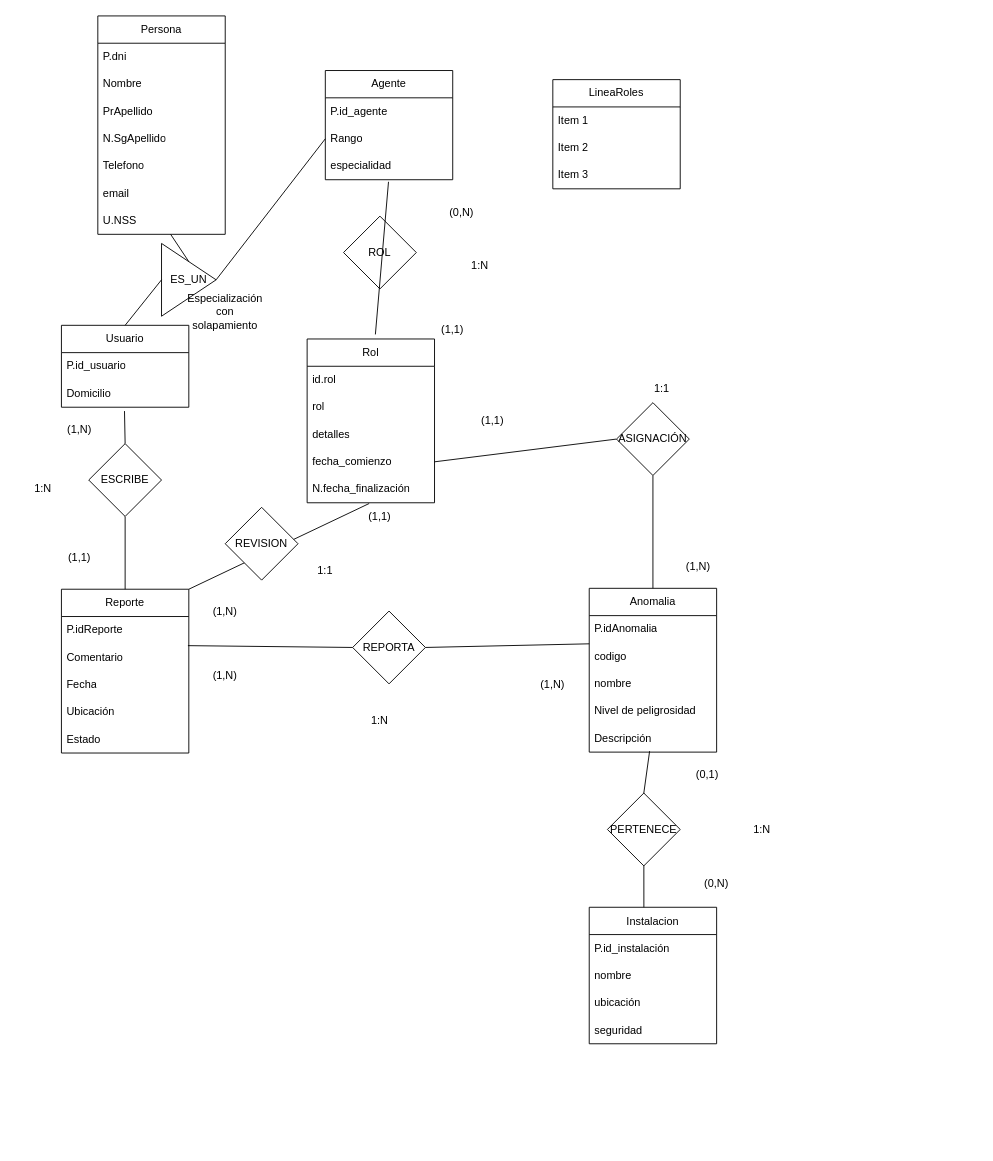
The draw.io diagram DAW/database/Diagrama.drawio in Jameslon8/Proyecto-Intermodular., before the edit. Source tidied: cells renumbered, new cells numbered last; positions are measured from the earlier drawing's top-left corner, leaving out a move shared by most shapes. Both pictures are drawn from the tidied source at 91%, with x=0, y=0 at pixel (15, 15).
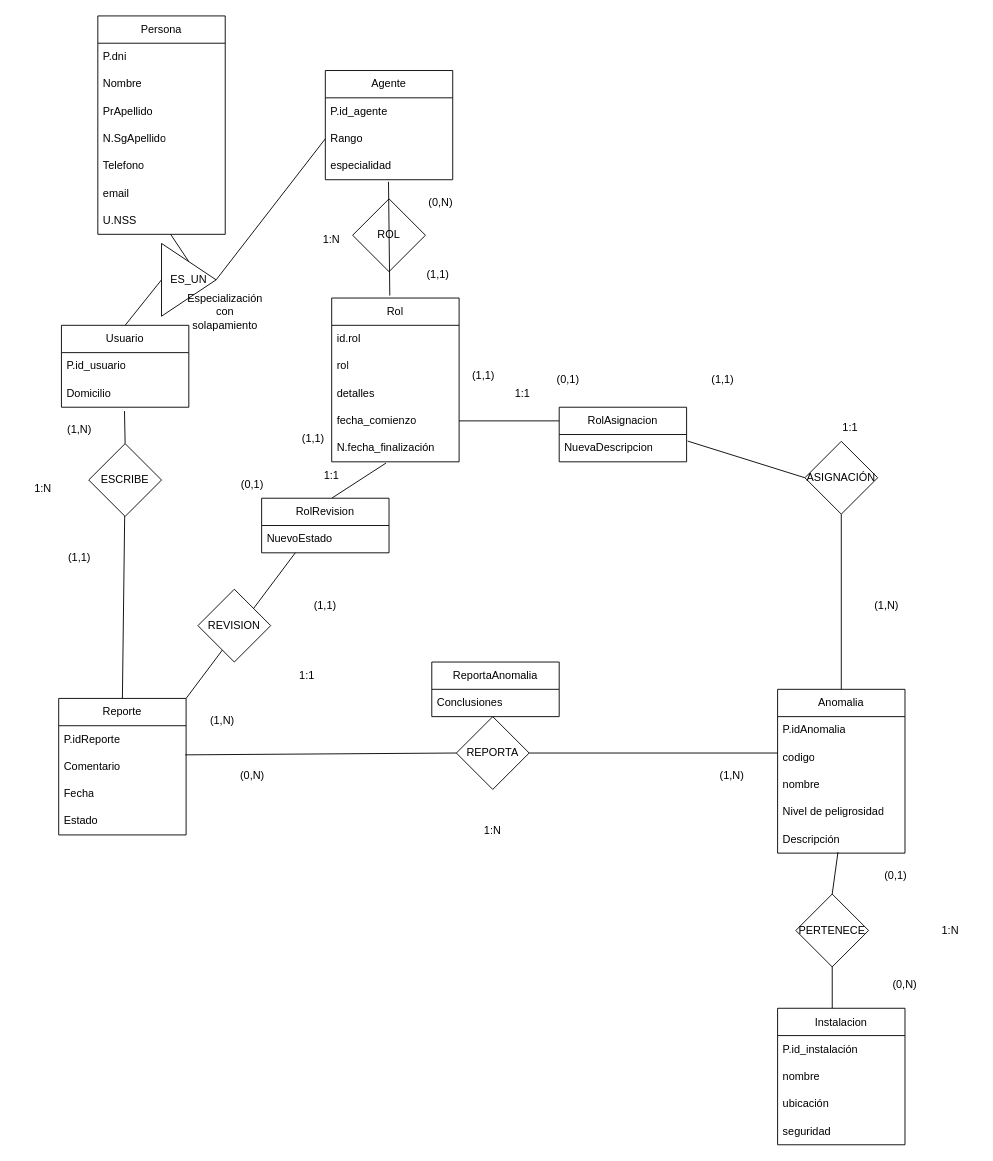
The same page after the edit.

Unchanged cells that the change refers to:
```xml
<mxCell id="8" value="especialidad" style="text;strokeColor=none;fillColor=none;align=left;verticalAlign=middle;spacingLeft=4;spacingRight=4;overflow=hidden;points=[[0,0.5],[1,0.5]];portConstraint=eastwest;whiteSpace=wrap;html=1;" parent="5" vertex="1">
  <mxGeometry y="90" width="140" height="30" as="geometry" />
</mxCell>
<mxCell id="11" value="codigo" style="text;strokeColor=none;fillColor=none;align=left;verticalAlign=middle;spacingLeft=4;spacingRight=4;overflow=hidden;points=[[0,0.5],[1,0.5]];portConstraint=eastwest;whiteSpace=wrap;html=1;" parent="9" vertex="1">
  <mxGeometry y="60" width="140" height="30" as="geometry" />
</mxCell>
<mxCell id="69" value="fecha_comienzo" style="text;strokeColor=none;fillColor=none;align=left;verticalAlign=middle;spacingLeft=4;spacingRight=4;overflow=hidden;points=[[0,0.5],[1,0.5]];portConstraint=eastwest;whiteSpace=wrap;html=1;" parent="65" vertex="1">
  <mxGeometry y="120" width="140" height="30" as="geometry" />
</mxCell>
<mxCell id="70" value="N.fecha_finalización" style="text;strokeColor=none;fillColor=none;align=left;verticalAlign=middle;spacingLeft=4;spacingRight=4;overflow=hidden;points=[[0,0.5],[1,0.5]];portConstraint=eastwest;whiteSpace=wrap;html=1;" parent="65" vertex="1">
  <mxGeometry y="150" width="140" height="30" as="geometry" />
</mxCell>
```

What changed in the source:
```diff
@@
     <mxCell id="9" value="Anomalia" style="swimlane;fontStyle=0;horizontal=1;startSize=30;whiteSpace=wrap;html=1;" parent="1" vertex="1">
-      <mxGeometry x="630" y="629" width="140" height="180" as="geometry" />
+      <mxGeometry x="837" y="740" width="140" height="180" as="geometry" />
     </mxCell>
@@
     <mxCell id="15" value="Reporte" style="swimlane;fontStyle=0;horizontal=1;startSize=30;whiteSpace=wrap;html=1;" parent="1" vertex="1">
-      <mxGeometry x="50" y="630" width="140" height="180" as="geometry" />
+      <mxGeometry x="47" y="750" width="140" height="150" as="geometry" />
     </mxCell>
@@
-    <mxCell id="19" value="Ubicación" style="text;strokeColor=none;fillColor=none;align=left;verticalAlign=middle;spacingLeft=4;spacingRight=4;overflow=hidden;whiteSpace=wrap;html=1;" parent="15" vertex="1">
-      <mxGeometry y="120" width="140" height="30" as="geometry" />
-    </mxCell>
     <mxCell id="20" value="Estado" style="text;strokeColor=none;fillColor=none;align=left;verticalAlign=middle;spacingLeft=4;spacingRight=4;overflow=hidden;whiteSpace=wrap;html=1;" parent="15" vertex="1">
-      <mxGeometry y="150" width="140" height="30" as="geometry" />
+      <mxGeometry y="120" width="140" height="30" as="geometry" />
     </mxCell>
     <mxCell id="21" value="Instalacion" style="swimlane;fontStyle=0;horizontal=1;startSize=30;whiteSpace=wrap;html=1;" parent="1" vertex="1">
-      <mxGeometry x="630" y="979.5" width="140" height="150" as="geometry" />
+      <mxGeometry x="837" y="1090.5" width="140" height="150" as="geometry" />
     </mxCell>
@@
-    <mxCell id="41" style="endArrow=none;html=1;rounded=0;entryX=0;entryY=0.5;entryDx=0;entryDy=0;exitX=1;exitY=0.5;exitDx=0;exitDy=0;" parent="1" edge="1" source="69" target="51">
+    <mxCell id="41" style="endArrow=none;html=1;rounded=0;entryX=0;entryY=0.5;entryDx=0;entryDy=0;exitX=1.008;exitY=0.24;exitDx=0;exitDy=0;exitPerimeter=0;" parent="1" edge="1" source="87" target="51">
       <mxGeometry relative="1" as="geometry" />
     </mxCell>
-    <mxCell id="42" style="endArrow=none;html=1;rounded=0;entryX=0;entryY=0.033;entryDx=0;entryDy=0;entryPerimeter=0;exitX=1;exitY=0.5;exitDx=0;exitDy=0;" parent="1" edge="1" source="60" target="11">
-      <mxGeometry relative="1" as="geometry" />
+    <mxCell id="42" style="endArrow=none;html=1;rounded=0;exitX=1;exitY=0.5;exitDx=0;exitDy=0;" parent="1" edge="1" source="60">
+      <mxGeometry relative="1" as="geometry">
+        <mxPoint x="837" y="810" as="targetPoint" />
+      </mxGeometry>
     </mxCell>
     <mxCell id="43" value="PERTENECE" style="rhombus;whiteSpace=wrap;html=1;" parent="1" vertex="1">
-      <mxGeometry x="650" y="854" width="80" height="80" as="geometry" />
+      <mxGeometry x="857" y="965" width="80" height="80" as="geometry" />
     </mxCell>
@@
-    <mxCell id="46" value="(1,N)" style="text;html=1;whiteSpace=wrap;strokeColor=none;fillColor=none;align=center;verticalAlign=middle;rounded=0;" parent="1" vertex="1">
-      <mxGeometry x="200" y="710" width="60" height="30" as="geometry" />
+    <mxCell id="46" value="(0,N)" style="text;html=1;whiteSpace=wrap;strokeColor=none;fillColor=none;align=center;verticalAlign=middle;rounded=0;" parent="1" vertex="1">
+      <mxGeometry x="230" y="820" width="60" height="30" as="geometry" />
     </mxCell>
     <mxCell id="47" value="(1,N)" style="text;html=1;whiteSpace=wrap;strokeColor=none;fillColor=none;align=center;verticalAlign=middle;rounded=0;" parent="1" vertex="1">
-      <mxGeometry x="560" y="720" width="60" height="30" as="geometry" />
+      <mxGeometry x="757" y="820" width="60" height="30" as="geometry" />
     </mxCell>
     <mxCell id="48" value="(0,1)" style="text;html=1;whiteSpace=wrap;strokeColor=none;fillColor=none;align=center;verticalAlign=middle;rounded=0;" parent="1" vertex="1">
-      <mxGeometry x="730" y="819" width="60" height="30" as="geometry" />
+      <mxGeometry x="937" y="930" width="60" height="30" as="geometry" />
     </mxCell>
     <mxCell id="49" value="(0,N)" style="text;html=1;whiteSpace=wrap;strokeColor=none;fillColor=none;align=center;verticalAlign=middle;rounded=0;" parent="1" vertex="1">
-      <mxGeometry x="740" y="939" width="60" height="30" as="geometry" />
+      <mxGeometry x="947" y="1050" width="60" height="30" as="geometry" />
     </mxCell>
@@
     <mxCell id="51" value="ASIGNACIÓN" style="rhombus;whiteSpace=wrap;html=1;" parent="1" vertex="1">
-      <mxGeometry x="660" y="425" width="80" height="80" as="geometry" />
+      <mxGeometry x="867" y="467.5" width="80" height="80" as="geometry" />
     </mxCell>
     <mxCell id="52" value="(1,1)" style="text;html=1;whiteSpace=wrap;strokeColor=none;fillColor=none;align=center;verticalAlign=middle;rounded=0;" parent="1" vertex="1">
-      <mxGeometry x="494" y="430" width="60" height="30" as="geometry" />
+      <mxGeometry x="747" y="385" width="60" height="30" as="geometry" />
     </mxCell>
     <mxCell id="53" value="(1,N)" style="text;html=1;whiteSpace=wrap;strokeColor=none;fillColor=none;align=center;verticalAlign=middle;rounded=0;" parent="1" vertex="1">
-      <mxGeometry x="720" y="590" width="60" height="30" as="geometry" />
+      <mxGeometry x="927" y="632.5" width="60" height="30" as="geometry" />
     </mxCell>
     <mxCell id="54" value="1:1" style="text;html=1;whiteSpace=wrap;strokeColor=none;fillColor=none;align=center;verticalAlign=middle;rounded=0;" parent="1" vertex="1">
-      <mxGeometry x="680" y="395" width="60" height="30" as="geometry" />
+      <mxGeometry x="887" y="437.5" width="60" height="30" as="geometry" />
     </mxCell>
@@
     <mxCell id="56" value="1:N" style="text;html=1;whiteSpace=wrap;strokeColor=none;fillColor=none;align=center;verticalAlign=middle;rounded=0;rotation=0;" parent="1" vertex="1">
-      <mxGeometry x="370" y="760" width="60" height="30" as="geometry" />
+      <mxGeometry x="494" y="880" width="60" height="30" as="geometry" />
     </mxCell>
     <mxCell id="57" value="1:N" style="text;html=1;whiteSpace=wrap;strokeColor=none;fillColor=none;align=center;verticalAlign=middle;rounded=0;" parent="1" vertex="1">
-      <mxGeometry x="790" y="879" width="60" height="30" as="geometry" />
+      <mxGeometry x="997" y="990" width="60" height="30" as="geometry" />
     </mxCell>
@@
     <mxCell id="60" value="REPORTA" style="rhombus;whiteSpace=wrap;html=1;" parent="1" vertex="1">
-      <mxGeometry x="370" y="654" width="80" height="80" as="geometry" />
+      <mxGeometry x="484" y="770" width="80" height="80" as="geometry" />
     </mxCell>
-    <mxCell id="61" style="endArrow=none;html=1;rounded=0;exitX=1;exitY=0;exitDx=0;exitDy=0;entryX=0.487;entryY=1.027;entryDx=0;entryDy=0;entryPerimeter=0;" parent="1" edge="1" source="15" target="70">
-      <mxGeometry relative="1" as="geometry" />
+    <mxCell id="61" style="endArrow=none;html=1;rounded=0;exitX=1;exitY=0;exitDx=0;exitDy=0;" parent="1" edge="1" source="15">
+      <mxGeometry relative="1" as="geometry">
+        <mxPoint x="307" y="590" as="targetPoint" />
+      </mxGeometry>
     </mxCell>
     <mxCell id="62" value="REVISION" style="rhombus;whiteSpace=wrap;html=1;" parent="1" vertex="1">
-      <mxGeometry x="230" y="540" width="80" height="80" as="geometry" />
+      <mxGeometry x="200" y="630" width="80" height="80" as="geometry" />
     </mxCell>
@@
     <mxCell id="65" value="Rol" style="swimlane;fontStyle=0;horizontal=1;startSize=30;whiteSpace=wrap;html=1;" parent="1" vertex="1">
-      <mxGeometry x="320" y="355" width="140" height="180" as="geometry" />
+      <mxGeometry x="347" y="310" width="140" height="180" as="geometry" />
     </mxCell>
@@
+    <mxCell id="83" style="endArrow=none;html=1;rounded=0;entryX=0.426;entryY=1.047;entryDx=0;entryDy=0;entryPerimeter=0;" parent="65" edge="1" target="70">
+      <mxGeometry relative="1" as="geometry">
+        <mxPoint y="220" as="sourcePoint" />
+      </mxGeometry>
+    </mxCell>
     <mxCell id="71" value="ROL" style="rhombus;whiteSpace=wrap;html=1;" parent="1" vertex="1">
-      <mxGeometry x="360" y="220" width="80" height="80" as="geometry" />
+      <mxGeometry x="370" y="201" width="80" height="80" as="geometry" />
     </mxCell>
-    <mxCell id="72" style="endArrow=none;html=1;rounded=0;entryX=0.496;entryY=1.076;entryDx=0;entryDy=0;entryPerimeter=0;" parent="1" edge="1" target="8">
-      <mxGeometry relative="1" as="geometry">
-        <mxPoint x="395" y="350" as="sourcePoint" />
-      </mxGeometry>
+    <mxCell id="72" style="endArrow=none;html=1;rounded=0;entryX=0.496;entryY=1.076;entryDx=0;entryDy=0;entryPerimeter=0;exitX=0.456;exitY=-0.015;exitDx=0;exitDy=0;exitPerimeter=0;" parent="1" edge="1" source="65" target="8">
+      <mxGeometry relative="1" as="geometry" />
     </mxCell>
     <mxCell id="73" value="(0,N)" style="text;html=1;whiteSpace=wrap;strokeColor=none;fillColor=none;align=center;verticalAlign=middle;rounded=0;rotation=0;" parent="1" vertex="1">
-      <mxGeometry x="460" y="201" width="60" height="30" as="geometry" />
+      <mxGeometry x="437" y="190" width="60" height="30" as="geometry" />
     </mxCell>
     <mxCell id="74" value="(1,1)" style="text;html=1;whiteSpace=wrap;strokeColor=none;fillColor=none;align=center;verticalAlign=middle;rounded=0;" parent="1" vertex="1">
-      <mxGeometry x="450" y="330" width="60" height="30" as="geometry" />
+      <mxGeometry x="434" y="270" width="60" height="30" as="geometry" />
     </mxCell>
     <mxCell id="75" value="(1,1)" style="text;html=1;whiteSpace=wrap;strokeColor=none;fillColor=none;align=center;verticalAlign=middle;rounded=0;" parent="1" vertex="1">
-      <mxGeometry x="370" y="535" width="60" height="30" as="geometry" />
+      <mxGeometry x="310" y="632.5" width="60" height="30" as="geometry" />
     </mxCell>
     <mxCell id="76" value="(1,N)" style="text;html=1;whiteSpace=wrap;strokeColor=none;fillColor=none;align=center;verticalAlign=middle;rounded=0;" parent="1" vertex="1">
-      <mxGeometry x="200" y="640" width="60" height="30" as="geometry" />
+      <mxGeometry x="197" y="760" width="60" height="30" as="geometry" />
     </mxCell>
     <mxCell id="77" value="1:1" style="text;html=1;whiteSpace=wrap;strokeColor=none;fillColor=none;align=center;verticalAlign=middle;rounded=0;" parent="1" vertex="1">
-      <mxGeometry x="310" y="594.5" width="60" height="30" as="geometry" />
+      <mxGeometry x="290" y="710" width="60" height="30" as="geometry" />
     </mxCell>
-    <mxCell id="78" value="LineaRoles" style="swimlane;fontStyle=0;horizontal=1;startSize=30;whiteSpace=wrap;html=1;" parent="1" vertex="1">
-      <mxGeometry x="590" y="70" width="140" height="120" as="geometry" />
-    </mxCell>
-    <mxCell id="79" value="Item 1" style="text;strokeColor=none;fillColor=none;align=left;verticalAlign=middle;spacingLeft=4;spacingRight=4;overflow=hidden;whiteSpace=wrap;html=1;" parent="78" vertex="1">
-      <mxGeometry y="30" width="140" height="30" as="geometry" />
-    </mxCell>
-    <mxCell id="80" value="Item 2" style="text;strokeColor=none;fillColor=none;align=left;verticalAlign=middle;spacingLeft=4;spacingRight=4;overflow=hidden;whiteSpace=wrap;html=1;" parent="78" vertex="1">
-      <mxGeometry y="60" width="140" height="30" as="geometry" />
-    </mxCell>
-    <mxCell id="81" value="Item 3" style="text;strokeColor=none;fillColor=none;align=left;verticalAlign=middle;spacingLeft=4;spacingRight=4;overflow=hidden;whiteSpace=wrap;html=1;" parent="78" vertex="1">
-      <mxGeometry y="90" width="140" height="30" as="geometry" />
-    </mxCell>
     <mxCell id="82" value="1:N" style="text;html=1;whiteSpace=wrap;strokeColor=none;fillColor=none;align=center;verticalAlign=middle;rounded=0;" parent="1" vertex="1">
-      <mxGeometry x="480" y="260" width="60" height="30" as="geometry" />
+      <mxGeometry x="317" y="231" width="60" height="30" as="geometry" />
     </mxCell>
+    <mxCell id="84" value="RolRevision" style="swimlane;fontStyle=0;horizontal=1;startSize=30;whiteSpace=wrap;html=1;" parent="1" vertex="1">
+      <mxGeometry x="270" y="530" width="140" height="60" as="geometry" />
+    </mxCell>
+    <mxCell id="85" value="NuevoEstado" style="text;strokeColor=none;fillColor=none;align=left;verticalAlign=middle;spacingLeft=4;spacingRight=4;overflow=hidden;whiteSpace=wrap;html=1;" parent="84" vertex="1">
+      <mxGeometry y="30" width="140" height="30" as="geometry" />
+    </mxCell>
+    <mxCell id="86" value="RolAsignacion" style="swimlane;fontStyle=0;horizontal=1;startSize=30;whiteSpace=wrap;html=1;" parent="1" vertex="1">
+      <mxGeometry x="597" y="430" width="140" height="60" as="geometry" />
+    </mxCell>
+    <mxCell id="87" value="NuevaDescripcion" style="text;strokeColor=none;fillColor=none;align=left;verticalAlign=middle;spacingLeft=4;spacingRight=4;overflow=hidden;points=[[0,0.5],[1,0.5]];portConstraint=eastwest;whiteSpace=wrap;html=1;" parent="86" vertex="1">
+      <mxGeometry y="30" width="140" height="30" as="geometry" />
+    </mxCell>
+    <mxCell id="88" style="endArrow=none;html=1;rounded=0;exitX=1;exitY=0.5;exitDx=0;exitDy=0;entryX=0;entryY=0.25;entryDx=0;entryDy=0;" parent="1" edge="1" source="69" target="86">
+      <mxGeometry relative="1" as="geometry" />
+    </mxCell>
+    <mxCell id="89" value="1:1" style="text;html=1;whiteSpace=wrap;strokeColor=none;fillColor=none;align=center;verticalAlign=middle;rounded=0;" parent="1" vertex="1">
+      <mxGeometry x="527" y="400" width="60" height="30" as="geometry" />
+    </mxCell>
+    <mxCell id="90" value="1:1" style="text;html=1;whiteSpace=wrap;strokeColor=none;fillColor=none;align=center;verticalAlign=middle;rounded=0;" parent="1" vertex="1">
+      <mxGeometry x="317" y="490" width="60" height="30" as="geometry" />
+    </mxCell>
+    <mxCell id="91" value="(1,1)" style="text;html=1;whiteSpace=wrap;strokeColor=none;fillColor=none;align=center;verticalAlign=middle;rounded=0;" parent="1" vertex="1">
+      <mxGeometry x="484" y="380" width="60" height="30" as="geometry" />
+    </mxCell>
+    <mxCell id="92" value="(1,1)" style="text;html=1;whiteSpace=wrap;strokeColor=none;fillColor=none;align=center;verticalAlign=middle;rounded=0;" parent="1" vertex="1">
+      <mxGeometry x="297" y="450" width="60" height="30" as="geometry" />
+    </mxCell>
+    <mxCell id="93" value="(0,1)" style="text;html=1;whiteSpace=wrap;strokeColor=none;fillColor=none;align=center;verticalAlign=middle;rounded=0;" parent="1" vertex="1">
+      <mxGeometry x="577" y="385" width="60" height="30" as="geometry" />
+    </mxCell>
+    <mxCell id="94" value="(0,1)" style="text;html=1;whiteSpace=wrap;strokeColor=none;fillColor=none;align=center;verticalAlign=middle;rounded=0;" parent="1" vertex="1">
+      <mxGeometry x="230" y="500" width="60" height="30" as="geometry" />
+    </mxCell>
+    <mxCell id="95" value="ReportaAnomalia" style="swimlane;fontStyle=0;horizontal=1;startSize=30;whiteSpace=wrap;html=1;" parent="1" vertex="1">
+      <mxGeometry x="457" y="710" width="140" height="60" as="geometry" />
+    </mxCell>
+    <mxCell id="96" value="Conclusiones" style="text;strokeColor=none;fillColor=none;align=left;verticalAlign=middle;spacingLeft=4;spacingRight=4;overflow=hidden;whiteSpace=wrap;html=1;" parent="95" vertex="1">
+      <mxGeometry y="30" width="140" height="30" as="geometry" />
+    </mxCell>
```
